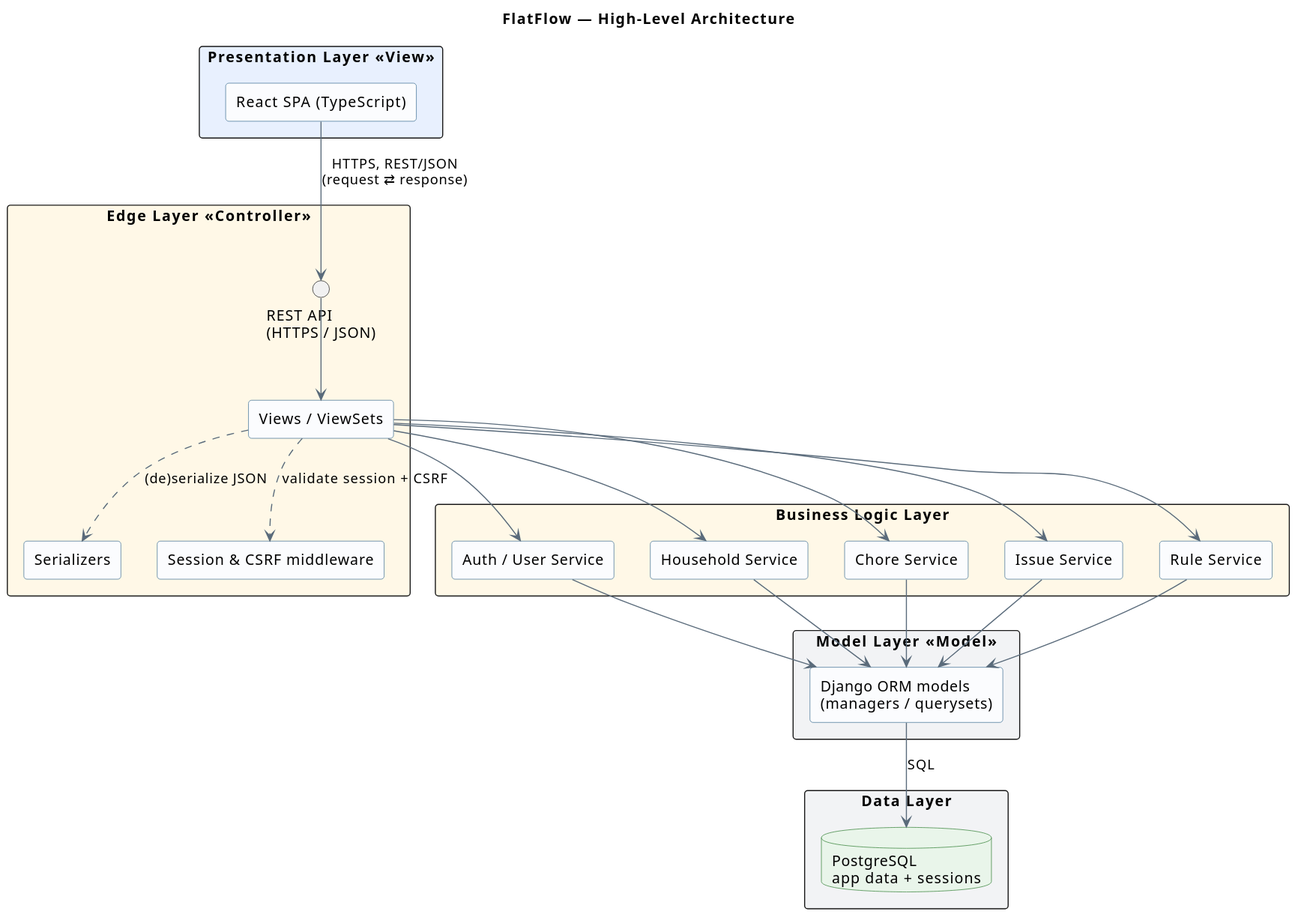
This is docs/architecture/uml/high-level-design.svg from anastasiaaq/FlatFlow, a PlantUML export, as it was before one commit.
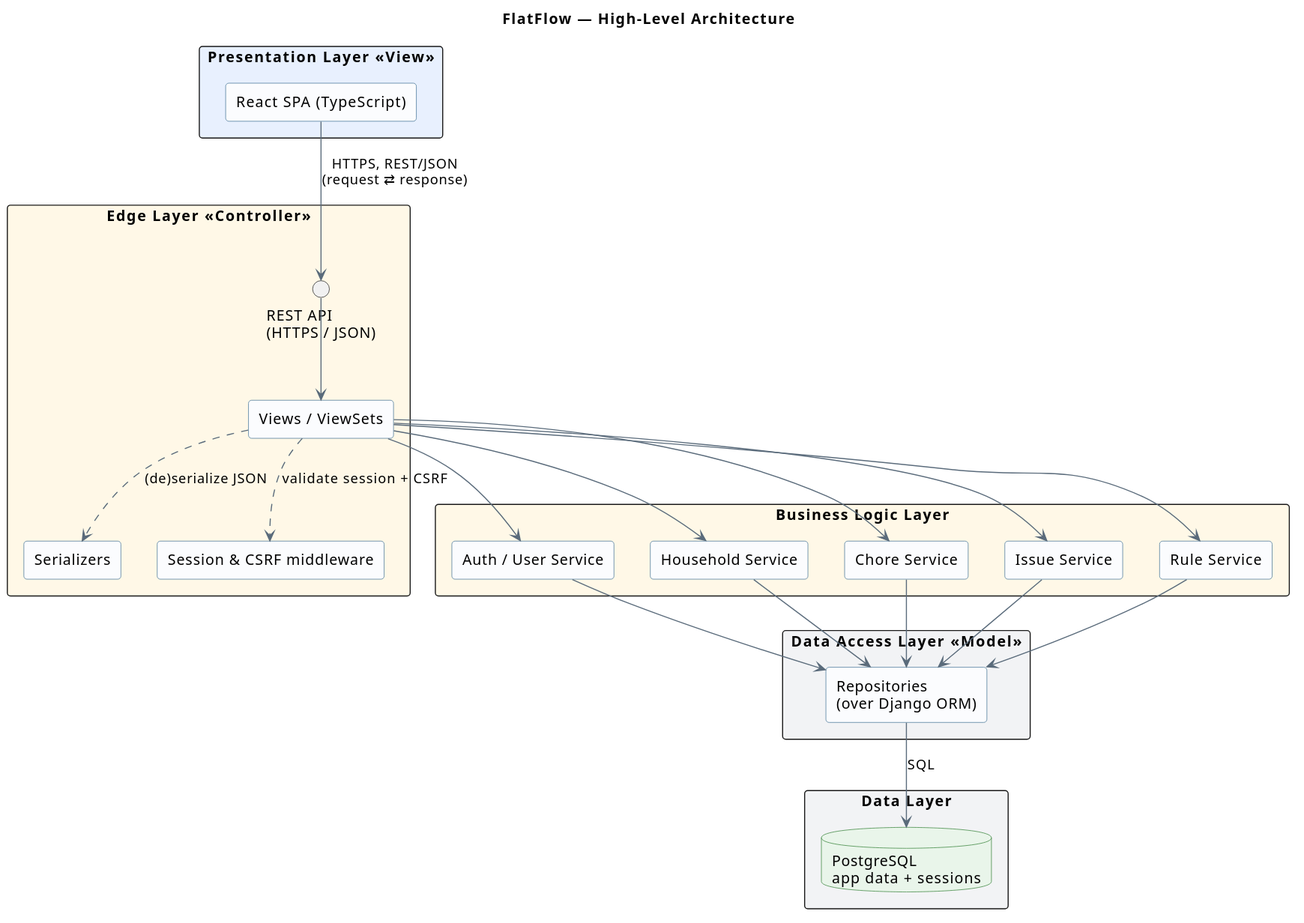
Above is the later version.

Commit message:
docs(#33): add repositories back to the data access layer

Diff of the diagram source:
```diff
@@ -35,8 +35,8 @@
   [Rule Service] as S_RULE
 }
 
-package "Model Layer  «Model»" #F2F3F5 {
-  [Django ORM models\n(managers / querysets)] as MODEL
+package "Data Access Layer  «Model»" #F2F3F5 {
+  [Repositories\n(over Django ORM)] as REPO
 }
 
 package "Data Layer" #F2F3F5 {
@@ -52,10 +52,10 @@
 CTRL --> S_CHORE
 CTRL --> S_ISSUE
 CTRL --> S_RULE
-S_AUTH  --> MODEL
-S_HH    --> MODEL
-S_CHORE --> MODEL
-S_ISSUE --> MODEL
-S_RULE  --> MODEL
-MODEL --> DB : SQL
+S_AUTH  --> REPO
+S_HH    --> REPO
+S_CHORE --> REPO
+S_ISSUE --> REPO
+S_RULE  --> REPO
+REPO --> DB : SQL
 @enduml
```
